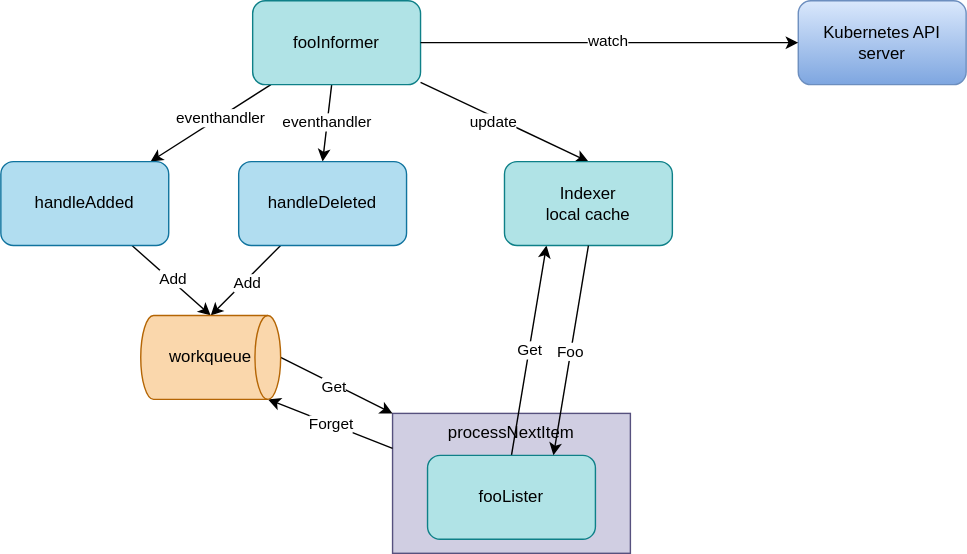
nakamasato/sample-controller keeps this draw.io diagram as docs/content/docs/05-implement-reconciliation-loop/overview-2.drawio.svg. Above is the earlier version. Source tidied: cells renumbered, new cells last; positions are measured from the earlier drawing's top-left corner, leaving out a move shared by most shapes.
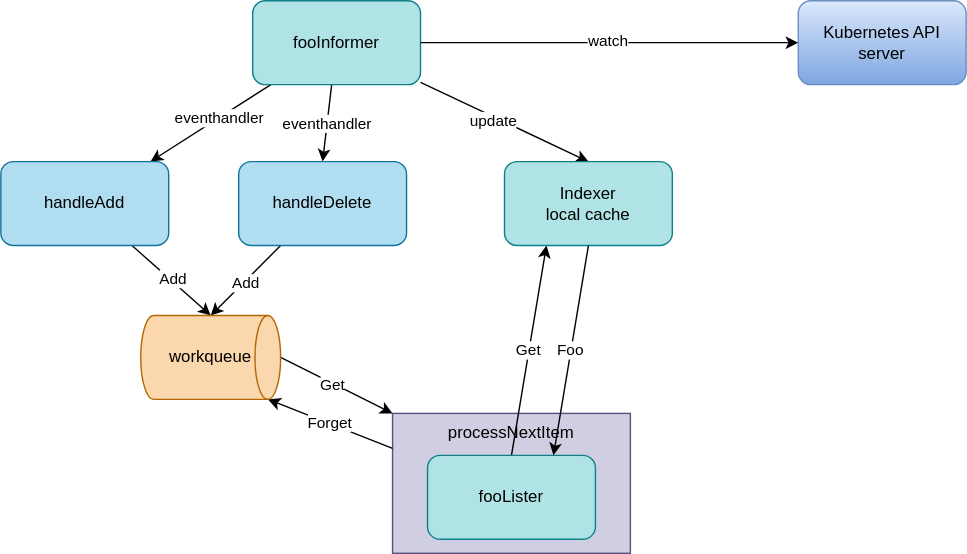
After the change.

The edit, as a diff of the source:
```diff
@@ -38,7 +38,7 @@
     <mxCell id="13" value="Add" style="edgeLabel;html=1;align=center;verticalAlign=middle;" parent="12" vertex="1">
       <mxGeometry x="-0.02" y="1" relative="1" as="geometry" />
     </mxCell>
-    <mxCell id="14" value="handleAdded" style="rounded=1;whiteSpace=wrap;html=1;fillColor=#b1ddf0;strokeColor=#10739e;" parent="1" vertex="1">
+    <mxCell id="14" value="handleAdd" style="rounded=1;whiteSpace=wrap;html=1;fillColor=#b1ddf0;strokeColor=#10739e;" parent="1" vertex="1">
       <mxGeometry y="115" width="120" height="60" as="geometry" />
     </mxCell>
     <mxCell id="15" style="edgeStyle=none;html=1;entryX=0.5;entryY=0;entryDx=0;entryDy=0;entryPerimeter=0;" parent="1" edge="1" source="17" target="26">
@@ -47,7 +47,7 @@
     <mxCell id="16" value="Add" style="edgeLabel;html=1;align=center;verticalAlign=middle;" parent="15" vertex="1">
       <mxGeometry x="0.05" y="1" relative="1" as="geometry" />
     </mxCell>
-    <mxCell id="17" value="handleDeleted" style="rounded=1;whiteSpace=wrap;html=1;fillColor=#b1ddf0;strokeColor=#10739e;" parent="1" vertex="1">
+    <mxCell id="17" value="handleDelete" style="rounded=1;whiteSpace=wrap;html=1;fillColor=#b1ddf0;strokeColor=#10739e;" parent="1" vertex="1">
       <mxGeometry x="170" y="115" width="120" height="60" as="geometry" />
     </mxCell>
     <mxCell id="18" style="edgeStyle=none;html=1;exitX=1;exitY=0.5;exitDx=0;exitDy=0;exitPerimeter=0;entryX=0;entryY=0;entryDx=0;entryDy=0;" parent="1" edge="1" source="26" target="2">
```
